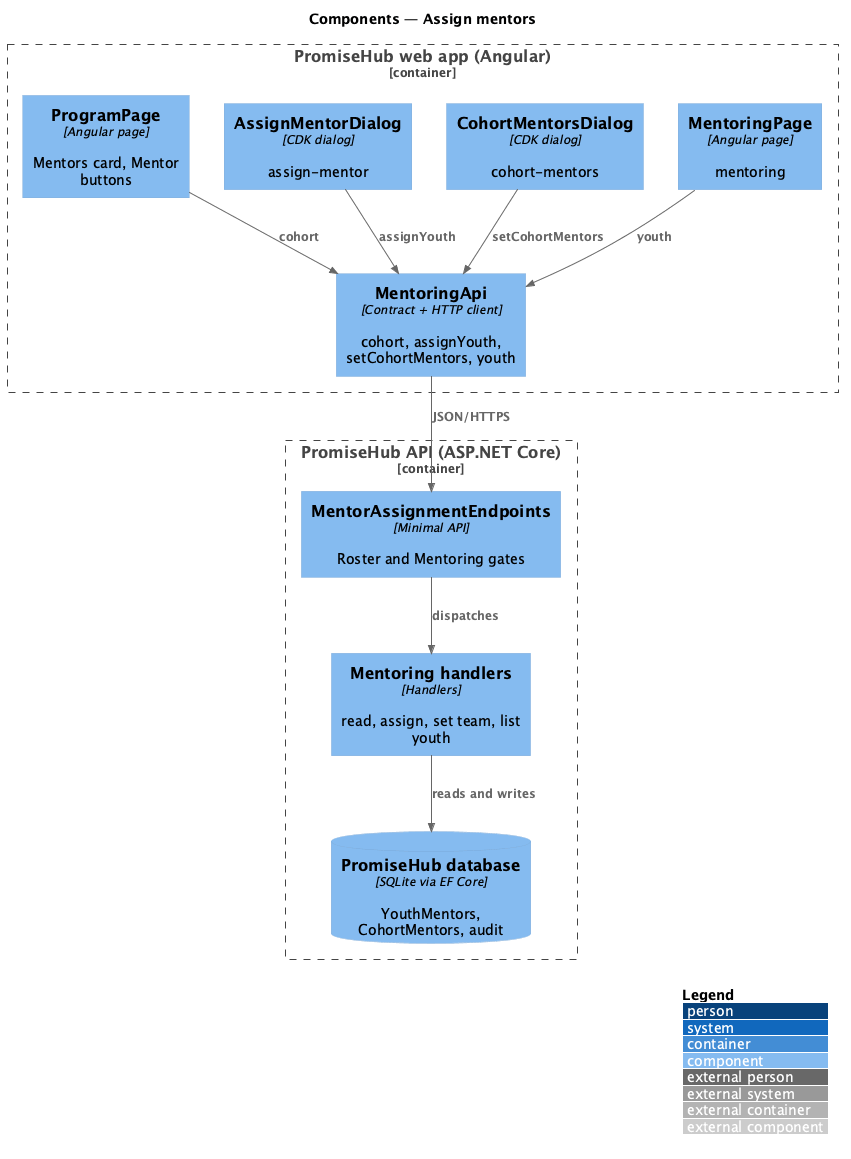
Above: docs/detailed-designs/mentoring/assign-mentors/diagrams/c4-component.png in QuinntyneBrown/promise-hub (PlantUML), before the change.
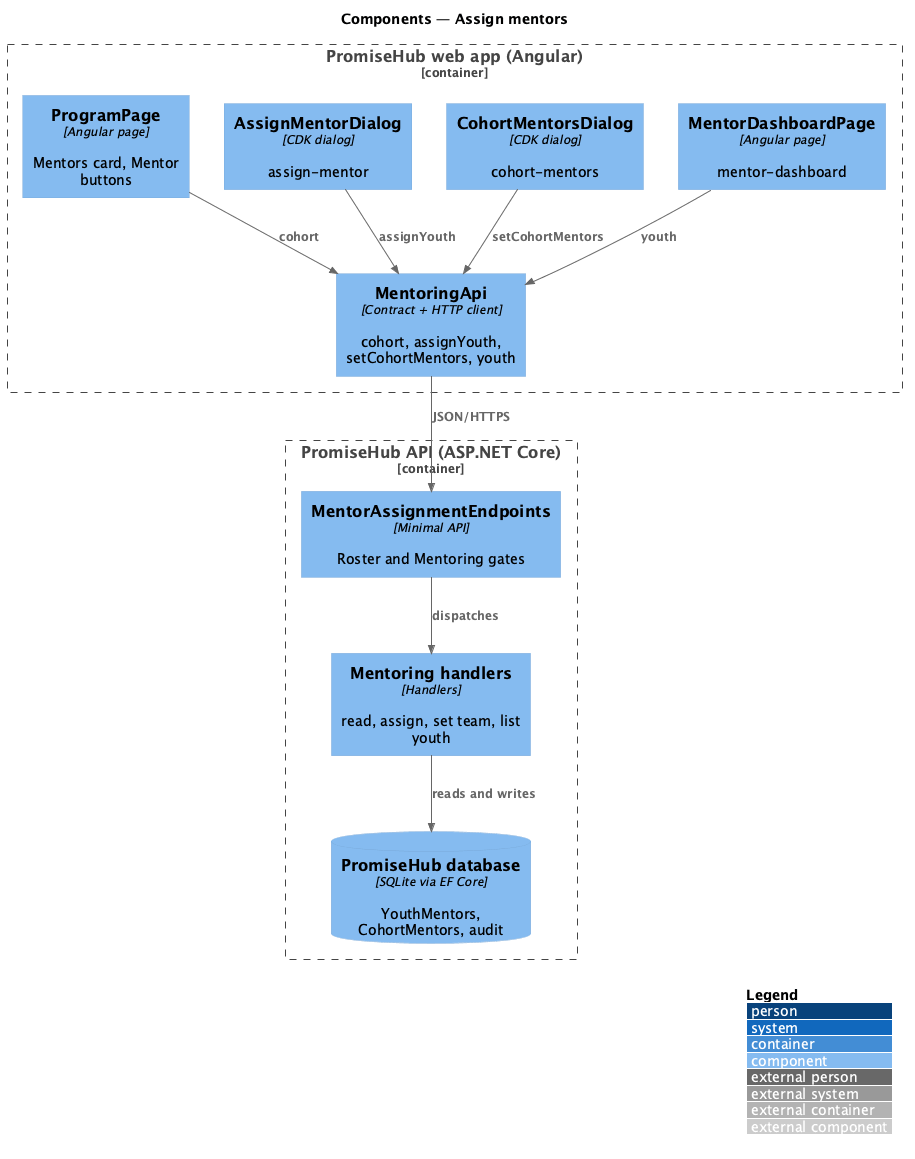
Above is the later version.

Change to the diagram source:
```diff
@@ -6,7 +6,7 @@
   Component(page, "ProgramPage", "Angular page", "Mentors card, Mentor buttons")
   Component(am, "AssignMentorDialog", "CDK dialog", "assign-mentor")
   Component(cm, "CohortMentorsDialog", "CDK dialog", "cohort-mentors")
-  Component(mp, "MentoringPage", "Angular page", "mentoring")
+  Component(mp, "MentorDashboardPage", "Angular page", "mentor-dashboard")
   Component(mapi, "MentoringApi", "Contract + HTTP client", "cohort, assignYouth, setCohortMentors, youth")
 }
 Container_Boundary(api, "PromiseHub API (ASP.NET Core)") {
```
